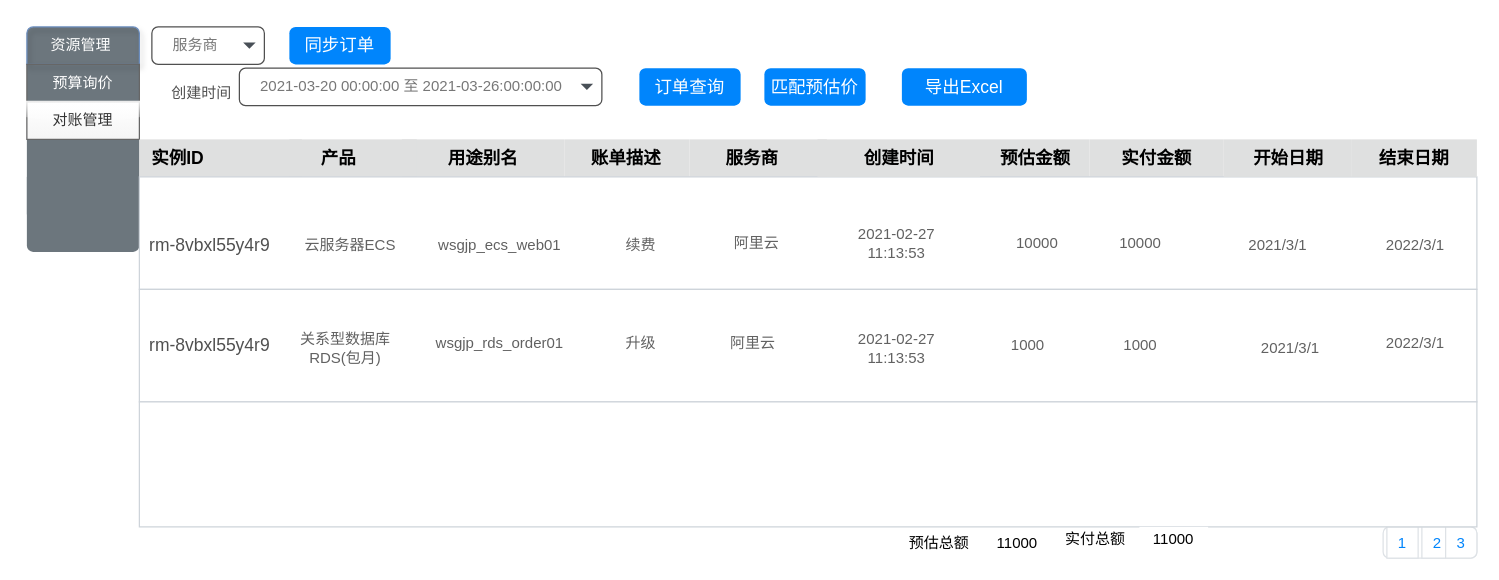
Before: page "账单查询" (3 of 9) of 阿里云交易.drawio in mashifei/uml, a draw.io diagram. Source tidied: cells renumbered, new cells numbered last; positions are measured from the earlier drawing's top-left corner, leaving out a move shared by most shapes. Both pictures are drawn from the tidied source at 125%, with x=0, y=0 at pixel (26, 26).
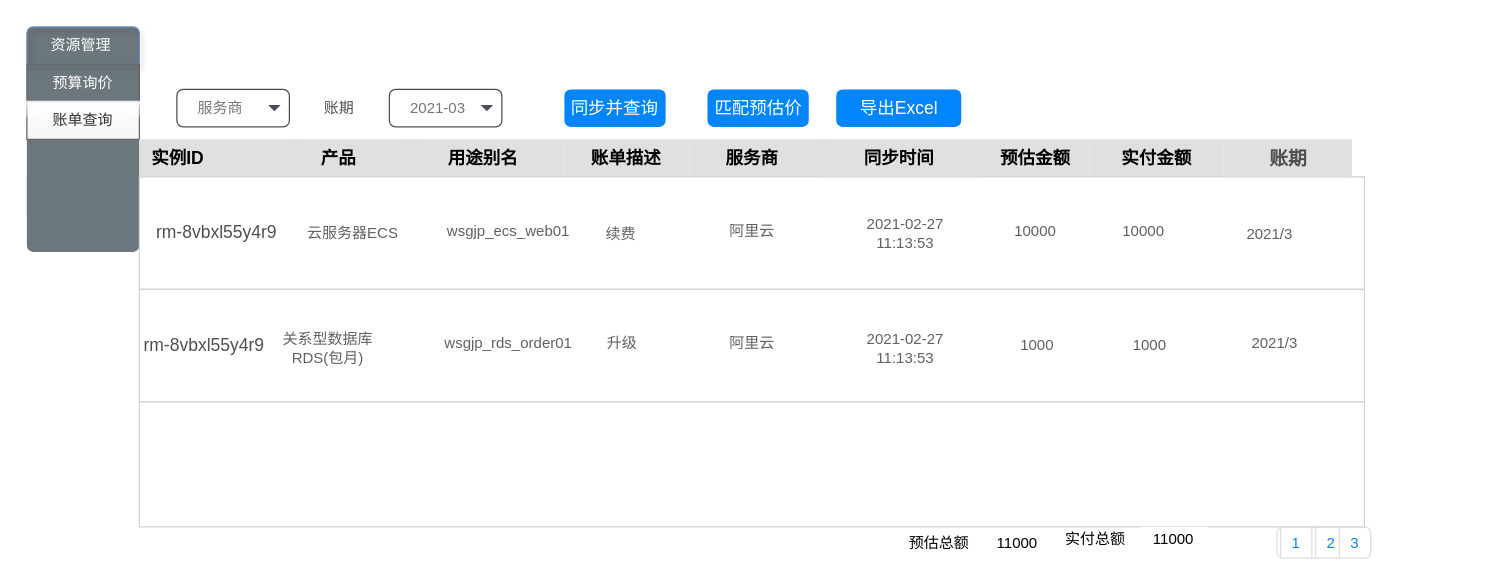
The same page after the edit.

The change refers to these unchanged cells:
```xml
<mxCell id="2" style="html=1;shadow=0;dashed=0;shape=mxgraph.bootstrap.rrect;rSize=5;strokeColor=none;html=1;whiteSpace=wrap;fillColor=#6C767D;fontColor=#ffffff;" parent="1" vertex="1">
  <mxGeometry width="90" height="180" as="geometry" />
</mxCell>
```

What changed in the source:
```diff
@@
-    <mxCell id="5" value="对账管理" style="strokeColor=#666666;fillColor=#f5f5f5;fontColor=#333333;html=1;shadow=0;dashed=0;perimeter=none;whiteSpace=wrap;glass=1;gradientColor=#ffffff;gradientDirection=north;" parent="2" vertex="1">
+    <mxCell id="5" value="账单查询" style="strokeColor=#666666;fillColor=#f5f5f5;fontColor=#333333;html=1;shadow=0;dashed=0;perimeter=none;whiteSpace=wrap;glass=1;gradientColor=#ffffff;gradientDirection=north;" parent="2" vertex="1">
       <mxGeometry width="90" height="30" relative="1" as="geometry">
         <mxPoint y="60" as="offset" />
       </mxGeometry>
     </mxCell>
@@
     <mxCell id="14" style="group;" parent="1" vertex="1">
-      <mxGeometry x="90" y="130" width="1070" height="90" as="geometry" />
+      <mxGeometry x="90" y="130" width="980" height="90" as="geometry" />
     </mxCell>
     <mxCell id="15" style="rounded=0;whiteSpace=wrap;html=1;shadow=0;dashed=0;sketch=0;strokeColor=#CED4DA;strokeWidth=1;fillColor=#FFFFFF;fontSize=14;fontColor=#505050;align=left;" parent="14" vertex="1">
-      <mxGeometry y="-10" width="1070" height="90" as="geometry" />
+      <mxGeometry y="-10" width="980" height="90" as="geometry" />
     </mxCell>
     <mxCell id="16" value="rm-8vbxl55y4r9" style="text;strokeColor=none;fillColor=none;align=center;verticalAlign=middle;whiteSpace=wrap;rounded=0;shadow=0;dashed=0;sketch=0;fontSize=14;fontColor=#505050;" parent="14" vertex="1">
-      <mxGeometry y="22.5" width="113.2" height="45" as="geometry" />
+      <mxGeometry x="10" y="11.2" width="103.7" height="45" as="geometry" />
     </mxCell>
     <mxCell id="17" value="wsgjp_ecs_web01" style="text;strokeColor=none;fillColor=none;align=center;verticalAlign=middle;whiteSpace=wrap;rounded=0;shadow=0;dashed=0;sketch=0;fontSize=12;fontColor=#505050;spacing=2;textOpacity=90;" parent="14" vertex="1">
-      <mxGeometry x="205.8" y="22.5" width="164.6" height="45" as="geometry" />
+      <mxGeometry x="220" y="11.2" width="150.8" height="45" as="geometry" />
     </mxCell>
     <mxCell id="18" value="续费" style="text;strokeColor=none;fillColor=none;align=center;verticalAlign=middle;whiteSpace=wrap;rounded=0;shadow=0;dashed=0;sketch=0;fontSize=12;fontColor=#505050;spacing=2;textOpacity=90;" parent="14" vertex="1">
-      <mxGeometry x="318.9" y="22.5" width="164.6" height="45" as="geometry" />
+      <mxGeometry x="310" y="13.8" width="150.8" height="45" as="geometry" />
     </mxCell>
     <mxCell id="19" value="阿里云" style="text;strokeColor=none;fillColor=none;align=center;verticalAlign=middle;whiteSpace=wrap;rounded=0;shadow=0;dashed=0;sketch=0;fontSize=12;fontColor=#505050;spacing=2;textOpacity=90;" parent="14" vertex="1">
-      <mxGeometry x="463" y="20" width="61.7" height="45" as="geometry" />
+      <mxGeometry x="461.7" y="11.2" width="56.5" height="45" as="geometry" />
     </mxCell>
     <mxCell id="20" value="云服务器ECS" style="text;strokeColor=none;fillColor=none;align=center;verticalAlign=middle;whiteSpace=wrap;rounded=0;shadow=0;dashed=0;sketch=0;fontSize=12;fontColor=#505050;spacing=2;textOpacity=90;" parent="14" vertex="1">
-      <mxGeometry x="123.5" y="22.5" width="89.9" height="45" as="geometry" />
+      <mxGeometry x="130" y="12.5" width="82.3" height="45" as="geometry" />
     </mxCell>
     <mxCell id="21" value="10000" style="text;strokeColor=none;fillColor=none;align=center;verticalAlign=middle;whiteSpace=wrap;rounded=0;shadow=0;dashed=0;sketch=0;fontSize=12;fontColor=#505050;spacing=2;textOpacity=90;" parent="14" vertex="1">
-      <mxGeometry x="770" y="20" width="61.7" height="45" as="geometry" />
+      <mxGeometry x="775.2" y="11.2" width="56.5" height="45" as="geometry" />
     </mxCell>
-    <mxCell id="22" value="2021/3/1" style="text;strokeColor=none;fillColor=none;align=center;verticalAlign=middle;whiteSpace=wrap;rounded=0;shadow=0;dashed=0;sketch=0;fontSize=12;fontColor=#505050;spacing=2;textOpacity=90;" parent="14" vertex="1">
-      <mxGeometry x="880" y="22.5" width="61.7" height="45" as="geometry" />
+    <mxCell id="22" value="2021/3" style="text;strokeColor=none;fillColor=none;align=center;verticalAlign=middle;whiteSpace=wrap;rounded=0;shadow=0;dashed=0;sketch=0;fontSize=12;fontColor=#505050;spacing=2;textOpacity=90;" parent="14" vertex="1">
+      <mxGeometry x="876" y="13.8" width="56.5" height="45" as="geometry" />
     </mxCell>
     <mxCell id="23" value="10000" style="text;strokeColor=none;fillColor=none;align=center;verticalAlign=middle;whiteSpace=wrap;rounded=0;shadow=0;dashed=0;sketch=0;fontSize=12;fontColor=#505050;spacing=2;textOpacity=90;" parent="14" vertex="1">
-      <mxGeometry x="667.1" y="20" width="102.9" height="45" as="geometry" />
+      <mxGeometry x="670" y="11.2" width="94.2" height="45" as="geometry" />
     </mxCell>
-    <mxCell id="24" value="2022/3/1" style="text;strokeColor=none;fillColor=none;align=center;verticalAlign=middle;whiteSpace=wrap;rounded=0;shadow=0;dashed=0;sketch=0;fontSize=12;fontColor=#505050;spacing=2;textOpacity=90;" parent="14" vertex="1">
-      <mxGeometry x="990" y="22.5" width="61.7" height="45" as="geometry" />
-    </mxCell>
     <mxCell id="25" value="2021-02-27 11:13:53" style="text;strokeColor=none;fillColor=none;align=center;verticalAlign=middle;whiteSpace=wrap;rounded=0;shadow=0;dashed=0;sketch=0;fontSize=12;fontColor=#505050;spacing=2;textOpacity=90;" parent="14" vertex="1">
-      <mxGeometry x="570" y="20" width="71.7" height="45" as="geometry" />
+      <mxGeometry x="580" y="12.5" width="65.7" height="45" as="geometry" />
     </mxCell>
     <mxCell id="26" style="html=1;shadow=0;dashed=0;shape=mxgraph.bootstrap.rrect;rSize=5;strokeColor=#DEE2E6;html=1;whiteSpace=wrap;fillColor=#ffffff;fontColor=#0085FC;rounded=0;sketch=0;align=center;" parent="1" vertex="1">
-      <mxGeometry x="1085" y="400" width="75" height="25" as="geometry" />
+      <mxGeometry x="1000" y="400" width="75" height="25" as="geometry" />
     </mxCell>
@@
-    <mxCell id="30" style="group;" parent="1" vertex="1">
-      <mxGeometry x="100" y="30" width="841" height="33" as="geometry" />
-    </mxCell>
-    <mxCell id="31" value="2021-03-20 00:00:00 至 2021-03-26:00:00:00" style="html=1;shadow=0;dashed=0;shape=mxgraph.bootstrap.rrect;rSize=5;strokeColor=#505050;strokeWidth=1;fillColor=#ffffff;fontColor=#777777;whiteSpace=wrap;align=left;verticalAlign=middle;fontStyle=0;fontSize=12;spacingRight=0;spacing=17;rounded=0;sketch=0;" parent="30" vertex="1">
-      <mxGeometry x="70" y="3" width="290" height="30" as="geometry" />
-    </mxCell>
-    <mxCell id="32" style="shape=triangle;direction=south;fillColor=#495057;strokeColor=none;perimeter=none;" parent="31" vertex="1">
-      <mxGeometry x="1" y="0.5" width="10" height="5" relative="1" as="geometry">
-        <mxPoint x="-17" y="-2.5" as="offset" />
-      </mxGeometry>
-    </mxCell>
-    <mxCell id="33" value="创建时间" style="text;html=1;strokeColor=none;fillColor=none;align=center;verticalAlign=middle;whiteSpace=wrap;rounded=0;shadow=0;dashed=0;sketch=0;fontSize=12;fontColor=#505050;" parent="30" vertex="1">
-      <mxGeometry y="13" width="80" height="20" as="geometry" />
-    </mxCell>
-    <mxCell id="34" value="订单查询" style="html=1;shadow=0;dashed=0;shape=mxgraph.bootstrap.rrect;rSize=5;strokeColor=none;strokeWidth=1;fillColor=#0085FC;fontColor=#FFFFFF;whiteSpace=wrap;align=center;verticalAlign=middle;spacingLeft=0;fontStyle=0;fontSize=14;spacing=5;rounded=0;sketch=0;" parent="30" vertex="1">
-      <mxGeometry x="390" y="3" width="81" height="30" as="geometry" />
-    </mxCell>
-    <mxCell id="35" value="导出Excel" style="html=1;shadow=0;dashed=0;shape=mxgraph.bootstrap.rrect;rSize=5;strokeColor=none;strokeWidth=1;fillColor=#0085FC;fontColor=#FFFFFF;whiteSpace=wrap;align=center;verticalAlign=middle;spacingLeft=0;fontStyle=0;fontSize=14;spacing=5;rounded=0;sketch=0;" parent="30" vertex="1">
-      <mxGeometry x="600" y="3" width="100" height="30" as="geometry" />
-    </mxCell>
-    <mxCell id="36" value="匹配预估价" style="html=1;shadow=0;dashed=0;shape=mxgraph.bootstrap.rrect;rSize=5;strokeColor=none;strokeWidth=1;fillColor=#0085FC;fontColor=#FFFFFF;whiteSpace=wrap;align=center;verticalAlign=middle;spacingLeft=0;fontStyle=0;fontSize=14;spacing=5;rounded=0;sketch=0;" parent="30" vertex="1">
-      <mxGeometry x="490" y="3" width="81" height="30" as="geometry" />
-    </mxCell>
-    <mxCell id="37" value="结束日期" style="rounded=0;whiteSpace=wrap;html=1;arcSize=50;strokeColor=none;strokeWidth=1;fontColor=#000000;whiteSpace=wrap;align=center;verticalAlign=middle;spacingLeft=0;fontStyle=1;fontSize=14;spacing=10;fillColor=#DFE0E0;" parent="1" vertex="1">
-      <mxGeometry x="1060" y="90" width="100" height="30" as="geometry" />
-    </mxCell>
     <mxCell id="38" style="group;" parent="1" vertex="1">
-      <mxGeometry x="90" y="210" width="1070" height="90" as="geometry" />
+      <mxGeometry x="90" y="210" width="980" height="90" as="geometry" />
     </mxCell>
     <mxCell id="39" style="rounded=0;whiteSpace=wrap;html=1;shadow=0;dashed=0;sketch=0;strokeColor=#CED4DA;strokeWidth=1;fillColor=#FFFFFF;fontSize=14;fontColor=#505050;align=left;" parent="38" vertex="1">
-      <mxGeometry width="1070" height="90" as="geometry" />
+      <mxGeometry width="980" height="90" as="geometry" />
     </mxCell>
     <mxCell id="40" value="rm-8vbxl55y4r9" style="text;strokeColor=none;fillColor=none;align=center;verticalAlign=middle;whiteSpace=wrap;rounded=0;shadow=0;dashed=0;sketch=0;fontSize=14;fontColor=#505050;" parent="38" vertex="1">
-      <mxGeometry y="22.5" width="113.2" height="45" as="geometry" />
+      <mxGeometry y="22.5" width="103.7" height="45" as="geometry" />
     </mxCell>
     <mxCell id="41" value="wsgjp_rds_order01" style="text;strokeColor=none;fillColor=none;align=center;verticalAlign=middle;whiteSpace=wrap;rounded=0;shadow=0;dashed=0;sketch=0;fontSize=12;fontColor=#505050;spacing=2;textOpacity=90;" parent="38" vertex="1">
-      <mxGeometry x="205.8" y="20.1" width="164.6" height="45" as="geometry" />
+      <mxGeometry x="220" y="20.1" width="150.8" height="45" as="geometry" />
     </mxCell>
     <mxCell id="42" value="阿里云" style="text;strokeColor=none;fillColor=none;align=center;verticalAlign=middle;whiteSpace=wrap;rounded=0;shadow=0;dashed=0;sketch=0;fontSize=12;fontColor=#505050;spacing=2;textOpacity=90;" parent="38" vertex="1">
-      <mxGeometry x="460" y="20.1" width="61.7" height="45" as="geometry" />
+      <mxGeometry x="461.7" y="20.1" width="56.5" height="45" as="geometry" />
     </mxCell>
     <mxCell id="43" value="1000" style="text;strokeColor=none;fillColor=none;align=center;verticalAlign=middle;whiteSpace=wrap;rounded=0;shadow=0;dashed=0;sketch=0;fontSize=12;fontColor=#505050;spacing=2;textOpacity=90;" parent="38" vertex="1">
-      <mxGeometry x="680" y="22.5" width="61.7" height="45" as="geometry" />
+      <mxGeometry x="690" y="22.5" width="56.5" height="45" as="geometry" />
     </mxCell>
     <mxCell id="44" value="1000" style="text;strokeColor=none;fillColor=none;align=center;verticalAlign=middle;whiteSpace=wrap;rounded=0;shadow=0;dashed=0;sketch=0;fontSize=12;fontColor=#505050;spacing=2;textOpacity=90;" parent="38" vertex="1">
-      <mxGeometry x="770" y="22.5" width="61.7" height="45" as="geometry" />
+      <mxGeometry x="780" y="22.5" width="56.5" height="45" as="geometry" />
     </mxCell>
     <mxCell id="45" value="升级" style="text;strokeColor=none;fillColor=none;align=center;verticalAlign=middle;whiteSpace=wrap;rounded=0;shadow=0;dashed=0;sketch=0;fontSize=12;fontColor=#505050;spacing=2;textOpacity=90;" parent="38" vertex="1">
-      <mxGeometry x="318.9" y="20.1" width="164.6" height="45" as="geometry" />
+      <mxGeometry x="311" y="20.1" width="150.8" height="45" as="geometry" />
     </mxCell>
     <mxCell id="46" value="关系型数据库RDS(包月)" style="text;strokeColor=none;fillColor=none;align=center;verticalAlign=middle;whiteSpace=wrap;rounded=0;shadow=0;dashed=0;sketch=0;fontSize=12;fontColor=#505050;spacing=2;textOpacity=90;" parent="38" vertex="1">
-      <mxGeometry x="120" y="24.9" width="89.9" height="45" as="geometry" />
+      <mxGeometry x="109.9" y="24.9" width="82.3" height="45" as="geometry" />
     </mxCell>
-    <mxCell id="47" value="2021/3/1" style="text;strokeColor=none;fillColor=none;align=center;verticalAlign=middle;whiteSpace=wrap;rounded=0;shadow=0;dashed=0;sketch=0;fontSize=12;fontColor=#505050;spacing=2;textOpacity=90;" parent="38" vertex="1">
-      <mxGeometry x="890" y="24.9" width="61.7" height="45" as="geometry" />
+    <mxCell id="47" value="2021/3" style="text;strokeColor=none;fillColor=none;align=center;verticalAlign=middle;whiteSpace=wrap;rounded=0;shadow=0;dashed=0;sketch=0;fontSize=12;fontColor=#505050;spacing=2;textOpacity=90;" parent="38" vertex="1">
+      <mxGeometry x="880" y="20.1" width="56.5" height="45" as="geometry" />
     </mxCell>
-    <mxCell id="48" value="2022/3/1" style="text;strokeColor=none;fillColor=none;align=center;verticalAlign=middle;whiteSpace=wrap;rounded=0;shadow=0;dashed=0;sketch=0;fontSize=12;fontColor=#505050;spacing=2;textOpacity=90;" parent="38" vertex="1">
-      <mxGeometry x="990" y="20.1" width="61.7" height="45" as="geometry" />
-    </mxCell>
     <mxCell id="49" value="2021-02-27 11:13:53" style="text;strokeColor=none;fillColor=none;align=center;verticalAlign=middle;whiteSpace=wrap;rounded=0;shadow=0;dashed=0;sketch=0;fontSize=12;fontColor=#505050;spacing=2;textOpacity=90;" parent="38" vertex="1">
-      <mxGeometry x="570" y="24.9" width="71.7" height="45" as="geometry" />
+      <mxGeometry x="580" y="24.9" width="65.7" height="45" as="geometry" />
     </mxCell>
     <mxCell id="50" style="whiteSpace=wrap;html=1;rounded=0;shadow=0;dashed=0;sketch=0;strokeColor=#CED4DA;strokeWidth=1;fillColor=#FFFFFF;fontSize=12;fontColor=#505050;align=center;" parent="1" vertex="1">
-      <mxGeometry x="90" y="300" width="1070" height="100" as="geometry" />
+      <mxGeometry x="90" y="300" width="980" height="100" as="geometry" />
     </mxCell>
-    <mxCell id="51" value="开始日期" style="rounded=0;whiteSpace=wrap;html=1;arcSize=50;strokeColor=none;strokeWidth=1;fontColor=#000000;whiteSpace=wrap;align=center;verticalAlign=middle;spacingLeft=0;fontStyle=1;fontSize=14;spacing=10;fillColor=#DFE0E0;" parent="1" vertex="1">
+    <mxCell id="51" value="&lt;span style=&quot;color: rgb(80 , 80 , 80)&quot;&gt;&lt;b&gt;&lt;font style=&quot;font-size: 15px&quot;&gt;账期&lt;/font&gt;&lt;/b&gt;&lt;/span&gt;" style="rounded=0;whiteSpace=wrap;html=1;arcSize=50;strokeColor=none;strokeWidth=1;fontColor=#000000;whiteSpace=wrap;align=center;verticalAlign=middle;spacingLeft=0;fontStyle=0;fontSize=14;spacing=10;fillColor=#DFE0E0;" parent="1" vertex="1">
       <mxGeometry x="957.5" y="90" width="102.5" height="30" as="geometry" />
     </mxCell>
@@
-    <mxCell id="56" value="创建时间" style="rounded=0;whiteSpace=wrap;html=1;arcSize=50;strokeColor=none;strokeWidth=1;fontColor=#000000;whiteSpace=wrap;align=center;verticalAlign=middle;spacingLeft=0;fontStyle=1;fontSize=14;spacing=10;fillColor=#DFE0E0;" parent="1" vertex="1">
+    <mxCell id="56" value="同步时间" style="rounded=0;whiteSpace=wrap;html=1;arcSize=50;strokeColor=none;strokeWidth=1;fontColor=#000000;whiteSpace=wrap;align=center;verticalAlign=middle;spacingLeft=0;fontStyle=1;fontSize=14;spacing=10;fillColor=#DFE0E0;" parent="1" vertex="1">
       <mxGeometry x="632.5" y="90" width="130" height="30" as="geometry" />
     </mxCell>
     <mxCell id="57" value="服务商" style="html=1;shadow=0;dashed=0;shape=mxgraph.bootstrap.rrect;rSize=5;strokeColor=#505050;strokeWidth=1;fillColor=#ffffff;fontColor=#777777;whiteSpace=wrap;align=left;verticalAlign=middle;fontStyle=0;fontSize=12;spacingRight=0;spacing=17;rounded=0;sketch=0;" parent="1" vertex="1">
-      <mxGeometry x="100" width="90" height="30" as="geometry" />
+      <mxGeometry x="120" y="50" width="90" height="30" as="geometry" />
     </mxCell>
@@
-    <mxCell id="59" value="同步订单" style="html=1;shadow=0;dashed=0;shape=mxgraph.bootstrap.rrect;rSize=5;strokeColor=none;strokeWidth=1;fillColor=#0085FC;fontColor=#FFFFFF;whiteSpace=wrap;align=center;verticalAlign=middle;spacingLeft=0;fontStyle=0;fontSize=14;spacing=5;rounded=0;sketch=0;" parent="1" vertex="1">
-      <mxGeometry x="210" width="81" height="30" as="geometry" />
-    </mxCell>
+    <mxCell id="33" value="账期" style="text;html=1;strokeColor=none;fillColor=none;align=center;verticalAlign=middle;whiteSpace=wrap;rounded=0;shadow=0;dashed=0;sketch=0;fontSize=12;fontColor=#505050;" parent="1" vertex="1">
+      <mxGeometry x="210" y="55" width="80" height="20" as="geometry" />
+    </mxCell>
+    <mxCell id="31" value="2021-03" style="html=1;shadow=0;dashed=0;shape=mxgraph.bootstrap.rrect;rSize=5;strokeColor=#505050;strokeWidth=1;fillColor=#ffffff;fontColor=#777777;whiteSpace=wrap;align=left;verticalAlign=middle;fontStyle=0;fontSize=12;spacingRight=0;spacing=17;rounded=0;sketch=0;" parent="1" vertex="1">
+      <mxGeometry x="290" y="50" width="90" height="30" as="geometry" />
+    </mxCell>
+    <mxCell id="32" style="shape=triangle;direction=south;fillColor=#495057;strokeColor=none;perimeter=none;" parent="31" vertex="1">
+      <mxGeometry x="1" y="0.5" width="10" height="5" relative="1" as="geometry">
+        <mxPoint x="-17" y="-2.5" as="offset" />
+      </mxGeometry>
+    </mxCell>
+    <mxCell id="34" value="同步并查询" style="html=1;shadow=0;dashed=0;shape=mxgraph.bootstrap.rrect;rSize=5;strokeColor=none;strokeWidth=1;fillColor=#0085FC;fontColor=#FFFFFF;whiteSpace=wrap;align=center;verticalAlign=middle;spacingLeft=0;fontStyle=0;fontSize=14;spacing=5;rounded=0;sketch=0;" parent="1" vertex="1">
+      <mxGeometry x="430" y="50" width="81" height="30" as="geometry" />
+    </mxCell>
+    <mxCell id="36" value="匹配预估价" style="html=1;shadow=0;dashed=0;shape=mxgraph.bootstrap.rrect;rSize=5;strokeColor=none;strokeWidth=1;fillColor=#0085FC;fontColor=#FFFFFF;whiteSpace=wrap;align=center;verticalAlign=middle;spacingLeft=0;fontStyle=0;fontSize=14;spacing=5;rounded=0;sketch=0;" parent="1" vertex="1">
+      <mxGeometry x="544.5" y="50" width="81" height="30" as="geometry" />
+    </mxCell>
+    <mxCell id="35" value="导出Excel" style="html=1;shadow=0;dashed=0;shape=mxgraph.bootstrap.rrect;rSize=5;strokeColor=none;strokeWidth=1;fillColor=#0085FC;fontColor=#FFFFFF;whiteSpace=wrap;align=center;verticalAlign=middle;spacingLeft=0;fontStyle=0;fontSize=14;spacing=5;rounded=0;sketch=0;" parent="1" vertex="1">
+      <mxGeometry x="647.5" y="50" width="100" height="30" as="geometry" />
+    </mxCell>
```
